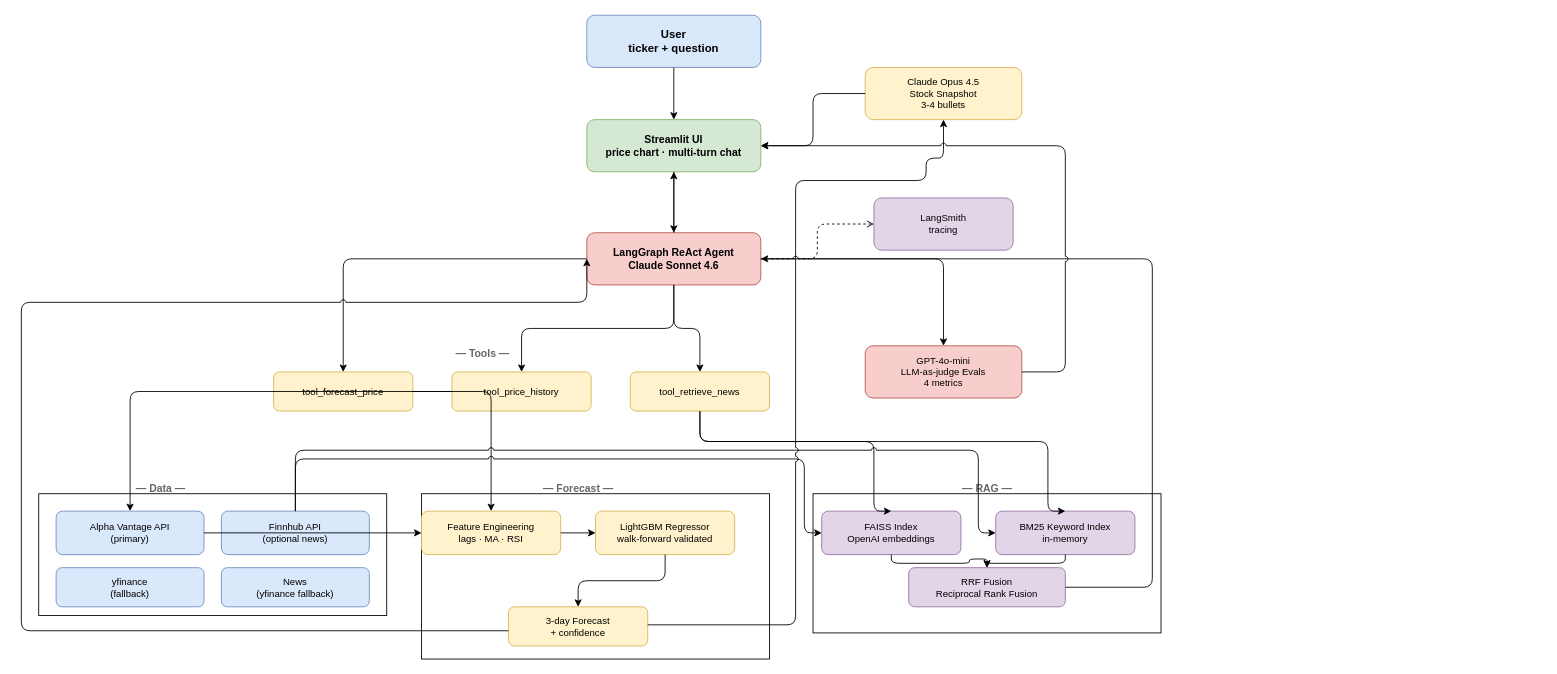
ganapathy-r-balaji/Stock-RAG-Recommendation-Agent keeps this draw.io diagram as AI Workflow architecture diagram.drawio. Above is the earlier version. Source tidied: cells renumbered, new cells numbered last; positions are measured from the earlier drawing's top-left corner, leaving out a move shared by most shapes. Both pictures are drawn from the tidied source at 87%, with x=0, y=0 at pixel (21, 15).
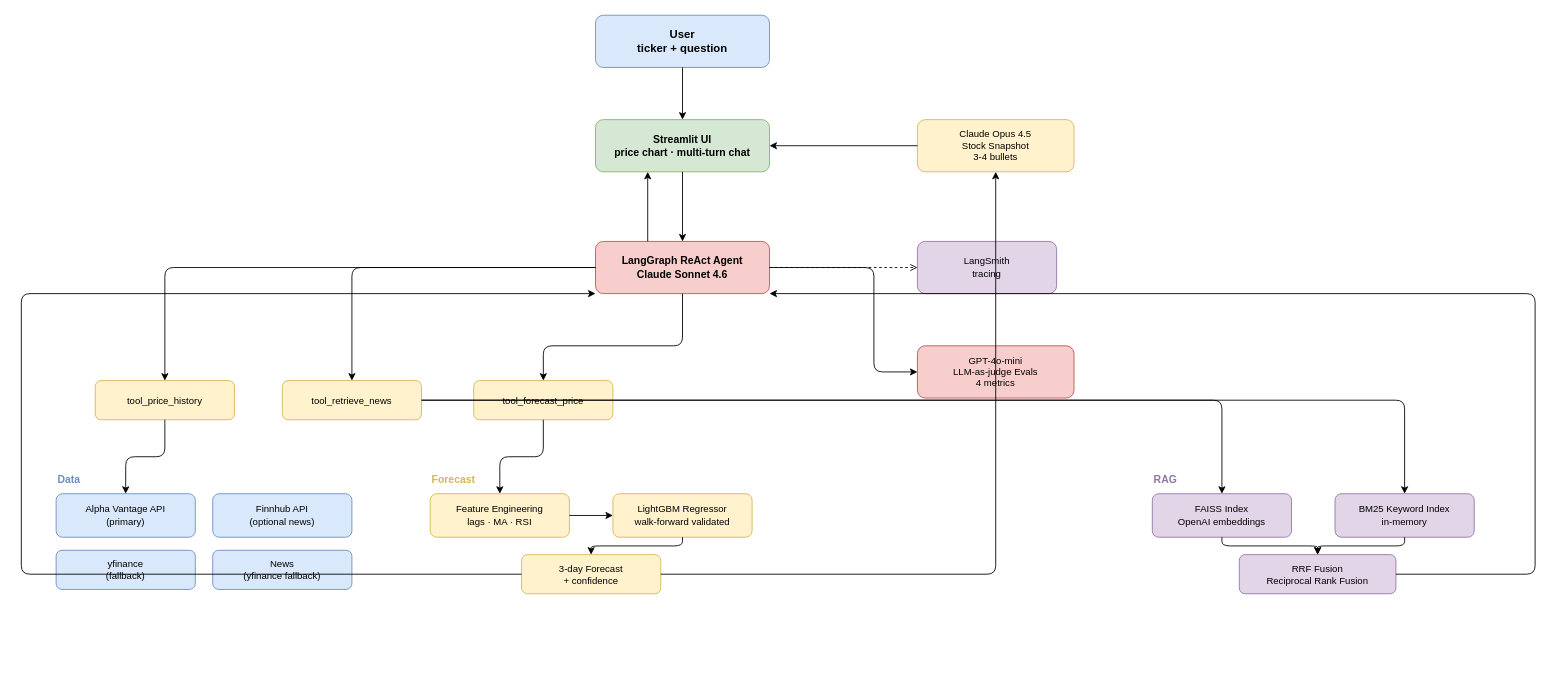
After the change.

Commit message (it also covers changes not shown here):
docs: add draw.io architecture diagram and viewer link in README

Change to the diagram source:
```diff
@@
-    <mxCell id="2" style="rounded=0;whiteSpace=wrap;html=1;" parent="1" vertex="1">
-      <mxGeometry x="910" y="550" width="400" height="160" as="geometry" />
-    </mxCell>
-    <mxCell id="3" style="rounded=0;whiteSpace=wrap;html=1;" parent="1" vertex="1">
-      <mxGeometry x="460" y="550" width="400" height="190" as="geometry" />
-    </mxCell>
-    <mxCell id="4" style="rounded=0;whiteSpace=wrap;html=1;" parent="1" vertex="1">
-      <mxGeometry x="20" y="550" width="400" height="140" as="geometry" />
-    </mxCell>
     <mxCell id="5" value="User&#10;ticker + question" style="rounded=1;whiteSpace=wrap;html=1;fillColor=#dae8fc;strokeColor=#6c8ebf;fontStyle=1;fontSize=13;" parent="1" vertex="1">
-      <mxGeometry x="650" width="200" height="60" as="geometry" />
+      <mxGeometry x="660" width="200" height="60" as="geometry" />
     </mxCell>
     <mxCell id="6" value="Streamlit UI&#10;price chart · multi-turn chat" style="rounded=1;whiteSpace=wrap;html=1;fillColor=#d5e8d4;strokeColor=#82b366;fontStyle=1;fontSize=12;" parent="1" vertex="1">
-      <mxGeometry x="650" y="120" width="200" height="60" as="geometry" />
+      <mxGeometry x="660" y="120" width="200" height="60" as="geometry" />
     </mxCell>
+    <mxCell id="8" value="LangGraph ReAct Agent&#10;Claude Sonnet 4.6" style="rounded=1;whiteSpace=wrap;html=1;fillColor=#f8cecc;strokeColor=#b85450;fontStyle=1;fontSize=12;" parent="1" vertex="1">
+      <mxGeometry x="660" y="260" width="200" height="60" as="geometry" />
+    </mxCell>
     <mxCell id="7" value="Claude Opus 4.5&#10;Stock Snapshot&#10;3-4 bullets" style="rounded=1;whiteSpace=wrap;html=1;fillColor=#fff2cc;strokeColor=#d6b656;fontSize=11;" parent="1" vertex="1">
-      <mxGeometry x="970" y="60" width="180" height="60" as="geometry" />
+      <mxGeometry x="1030" y="120" width="180" height="60" as="geometry" />
     </mxCell>
-    <mxCell id="8" value="LangGraph ReAct Agent&#10;Claude Sonnet 4.6" style="rounded=1;whiteSpace=wrap;html=1;fillColor=#f8cecc;strokeColor=#b85450;fontStyle=1;fontSize=12;" parent="1" vertex="1">
-      <mxGeometry x="650" y="250" width="200" height="60" as="geometry" />
-    </mxCell>
     <mxCell id="9" value="LangSmith&#10;tracing" style="rounded=1;whiteSpace=wrap;html=1;fillColor=#e1d5e7;strokeColor=#9673a6;fontSize=11;" parent="1" vertex="1">
-      <mxGeometry x="980" y="210" width="160" height="60" as="geometry" />
+      <mxGeometry x="1030" y="260" width="160" height="60" as="geometry" />
     </mxCell>
     <mxCell id="10" value="GPT-4o-mini&#10;LLM-as-judge Evals&#10;4 metrics" style="rounded=1;whiteSpace=wrap;html=1;fillColor=#f8cecc;strokeColor=#b85450;fontSize=11;" parent="1" vertex="1">
-      <mxGeometry x="970" y="380" width="180" height="60" as="geometry" />
+      <mxGeometry x="1030" y="380" width="180" height="60" as="geometry" />
     </mxCell>
-    <mxCell id="11" value="— Tools —" style="text;html=1;strokeColor=none;fillColor=none;align=center;fontStyle=1;fontSize=12;fontColor=#666666;" parent="1" vertex="1">
-      <mxGeometry x="460" y="375" width="140" height="30" as="geometry" />
-    </mxCell>
+    <mxCell id="14" value="tool_price_history" style="rounded=1;whiteSpace=wrap;html=1;fillColor=#fff2cc;strokeColor=#d6b656;fontSize=11;" parent="1" vertex="1">
+      <mxGeometry x="85" y="420" width="160" height="45" as="geometry" />
+    </mxCell>
     <mxCell id="12" value="tool_forecast_price" style="rounded=1;whiteSpace=wrap;html=1;fillColor=#fff2cc;strokeColor=#d6b656;fontSize=11;" parent="1" vertex="1">
-      <mxGeometry x="290" y="410" width="160" height="45" as="geometry" />
+      <mxGeometry x="520" y="420" width="160" height="45" as="geometry" />
     </mxCell>
     <mxCell id="13" value="tool_retrieve_news" style="rounded=1;whiteSpace=wrap;html=1;fillColor=#fff2cc;strokeColor=#d6b656;fontSize=11;" parent="1" vertex="1">
-      <mxGeometry x="700" y="410" width="160" height="45" as="geometry" />
+      <mxGeometry x="300" y="420" width="160" height="45" as="geometry" />
     </mxCell>
-    <mxCell id="14" value="tool_price_history" style="rounded=1;whiteSpace=wrap;html=1;fillColor=#fff2cc;strokeColor=#d6b656;fontSize=11;" parent="1" vertex="1">
-      <mxGeometry x="495" y="410" width="160" height="45" as="geometry" />
-    </mxCell>
-    <mxCell id="15" value="— Data —" style="text;html=1;strokeColor=none;fillColor=none;align=center;fontStyle=1;fontSize=12;fontColor=#666666;" parent="1" vertex="1">
-      <mxGeometry x="100" y="530" width="120" height="30" as="geometry" />
+    <mxCell id="15" value="Data" style="text;html=1;strokeColor=none;fillColor=none;align=left;fontStyle=1;fontSize=12;fontColor=#6c8ebf;" parent="1" vertex="1">
+      <mxGeometry x="40" y="520" width="80" height="20" as="geometry" />
     </mxCell>
     <mxCell id="16" value="Alpha Vantage API&#10;(primary)" style="rounded=1;whiteSpace=wrap;html=1;fillColor=#dae8fc;strokeColor=#6c8ebf;fontSize=11;" parent="1" vertex="1">
-      <mxGeometry x="40" y="570" width="170" height="50" as="geometry" />
+      <mxGeometry x="40" y="550" width="160" height="50" as="geometry" />
     </mxCell>
     <mxCell id="17" value="yfinance&#10;(fallback)" style="rounded=1;whiteSpace=wrap;html=1;fillColor=#dae8fc;strokeColor=#6c8ebf;fontSize=11;" parent="1" vertex="1">
-      <mxGeometry x="40" y="635" width="170" height="45" as="geometry" />
+      <mxGeometry x="40" y="615" width="160" height="45" as="geometry" />
     </mxCell>
     <mxCell id="18" value="Finnhub API&#10;(optional news)" style="rounded=1;whiteSpace=wrap;html=1;fillColor=#dae8fc;strokeColor=#6c8ebf;fontSize=11;" parent="1" vertex="1">
-      <mxGeometry x="230" y="570" width="170" height="50" as="geometry" />
+      <mxGeometry x="220" y="550" width="160" height="50" as="geometry" />
     </mxCell>
     <mxCell id="19" value="News&#10;(yfinance fallback)" style="rounded=1;whiteSpace=wrap;html=1;fillColor=#dae8fc;strokeColor=#6c8ebf;fontSize=11;" parent="1" vertex="1">
-      <mxGeometry x="230" y="635" width="170" height="45" as="geometry" />
+      <mxGeometry x="220" y="615" width="160" height="45" as="geometry" />
     </mxCell>
-    <mxCell id="20" value="— Forecast —" style="text;html=1;strokeColor=none;fillColor=none;align=center;fontStyle=1;fontSize=12;fontColor=#666666;" parent="1" vertex="1">
-      <mxGeometry x="570" y="530" width="140" height="30" as="geometry" />
+    <mxCell id="20" value="Forecast" style="text;html=1;strokeColor=none;fillColor=none;align=left;fontStyle=1;fontSize=12;fontColor=#d6b656;" parent="1" vertex="1">
+      <mxGeometry x="470" y="520" width="100" height="20" as="geometry" />
     </mxCell>
     <mxCell id="21" value="Feature Engineering&#10;lags · MA · RSI" style="rounded=1;whiteSpace=wrap;html=1;fillColor=#fff2cc;strokeColor=#d6b656;fontSize=11;" parent="1" vertex="1">
-      <mxGeometry x="460" y="570" width="160" height="50" as="geometry" />
+      <mxGeometry x="470" y="550" width="160" height="50" as="geometry" />
     </mxCell>
     <mxCell id="22" value="LightGBM Regressor&#10;walk-forward validated" style="rounded=1;whiteSpace=wrap;html=1;fillColor=#fff2cc;strokeColor=#d6b656;fontSize=11;" parent="1" vertex="1">
-      <mxGeometry x="660" y="570" width="160" height="50" as="geometry" />
+      <mxGeometry x="680" y="550" width="160" height="50" as="geometry" />
     </mxCell>
     <mxCell id="23" value="3-day Forecast&#10;+ confidence" style="rounded=1;whiteSpace=wrap;html=1;fillColor=#fff2cc;strokeColor=#d6b656;fontSize=11;" parent="1" vertex="1">
-      <mxGeometry x="560" y="680" width="160" height="45" as="geometry" />
+      <mxGeometry x="575" y="620" width="160" height="45" as="geometry" />
     </mxCell>
-    <mxCell id="24" value="— RAG —" style="text;html=1;strokeColor=none;fillColor=none;align=center;fontStyle=1;fontSize=12;fontColor=#666666;" parent="1" vertex="1">
-      <mxGeometry x="1050" y="530" width="120" height="30" as="geometry" />
+    <mxCell id="24" value="RAG" style="text;html=1;strokeColor=none;fillColor=none;align=left;fontStyle=1;fontSize=12;fontColor=#9673a6;" parent="1" vertex="1">
+      <mxGeometry x="1300" y="520" width="60" height="20" as="geometry" />
     </mxCell>
     <mxCell id="25" value="FAISS Index&#10;OpenAI embeddings" style="rounded=1;whiteSpace=wrap;html=1;fillColor=#e1d5e7;strokeColor=#9673a6;fontSize=11;" parent="1" vertex="1">
-      <mxGeometry x="920" y="570" width="160" height="50" as="geometry" />
+      <mxGeometry x="1300" y="550" width="160" height="50" as="geometry" />
     </mxCell>
     <mxCell id="26" value="BM25 Keyword Index&#10;in-memory" style="rounded=1;whiteSpace=wrap;html=1;fillColor=#e1d5e7;strokeColor=#9673a6;fontSize=11;" parent="1" vertex="1">
-      <mxGeometry x="1120" y="570" width="160" height="50" as="geometry" />
+      <mxGeometry x="1510" y="550" width="160" height="50" as="geometry" />
     </mxCell>
     <mxCell id="27" value="RRF Fusion&#10;Reciprocal Rank Fusion" style="rounded=1;whiteSpace=wrap;html=1;fillColor=#e1d5e7;strokeColor=#9673a6;fontSize=11;" parent="1" vertex="1">
-      <mxGeometry x="1020" y="635" width="180" height="45" as="geometry" />
+      <mxGeometry x="1400" y="620" width="180" height="45" as="geometry" />
     </mxCell>
-    <mxCell id="28" style="edgeStyle=orthogonalEdgeStyle;jumpStyle=arc;" parent="1" edge="1" source="5" target="6">
+    <mxCell id="28" style="edgeStyle=orthogonalEdgeStyle;" parent="1" edge="1" source="5" target="6">
       <mxGeometry relative="1" as="geometry" />
     </mxCell>
-    <mxCell id="29" style="edgeStyle=orthogonalEdgeStyle;jumpStyle=arc;" parent="1" edge="1" source="6" target="8">
+    <mxCell id="29" style="edgeStyle=orthogonalEdgeStyle;" parent="1" edge="1" source="6" target="8">
       <mxGeometry relative="1" as="geometry" />
     </mxCell>
-    <mxCell id="30" style="edgeStyle=orthogonalEdgeStyle;jumpStyle=arc;" parent="1" edge="1" source="8" target="12">
-      <mxGeometry relative="1" as="geometry" />
+    <mxCell id="30" style="edgeStyle=orthogonalEdgeStyle;exitX=0;exitY=0.5;exitDx=0;exitDy=0;entryX=0.5;entryY=0;entryDx=0;entryDy=0;" parent="1" edge="1" source="8" target="14">
+      <mxGeometry relative="1" as="geometry">
+        <Array as="points">
+          <mxPoint x="165" y="290" />
+        </Array>
+      </mxGeometry>
     </mxCell>
-    <mxCell id="31" style="edgeStyle=orthogonalEdgeStyle;jumpStyle=arc;" parent="1" edge="1" source="8" target="13">
-      <mxGeometry relative="1" as="geometry" />
+    <mxCell id="31" style="edgeStyle=orthogonalEdgeStyle;exitX=0.5;exitY=1;exitDx=0;exitDy=0;entryX=0.5;entryY=0;entryDx=0;entryDy=0;" parent="1" edge="1" source="8" target="12">
+      <mxGeometry relative="1" as="geometry">
+        <Array as="points">
+          <mxPoint x="760" y="380" />
+          <mxPoint x="600" y="380" />
+        </Array>
+      </mxGeometry>
     </mxCell>
-    <mxCell id="32" style="edgeStyle=orthogonalEdgeStyle;jumpStyle=arc;" parent="1" edge="1" source="8" target="14">
-      <mxGeometry relative="1" as="geometry" />
+    <mxCell id="32" style="edgeStyle=orthogonalEdgeStyle;exitX=0;exitY=0.5;exitDx=0;exitDy=0;entryX=0.5;entryY=0;entryDx=0;entryDy=0;" parent="1" edge="1" source="8" target="13">
+      <mxGeometry relative="1" as="geometry">
+        <Array as="points">
+          <mxPoint x="380" y="290" />
+        </Array>
+      </mxGeometry>
     </mxCell>
-    <mxCell id="33" style="edgeStyle=orthogonalEdgeStyle;dashed=1;endArrow=open;jumpStyle=arc;" parent="1" edge="1" source="8" target="9">
+    <mxCell id="33" style="edgeStyle=orthogonalEdgeStyle;dashed=1;endArrow=open;" parent="1" edge="1" source="8" target="9">
       <mxGeometry relative="1" as="geometry" />
     </mxCell>
+    <mxCell id="50" style="edgeStyle=orthogonalEdgeStyle;exitX=1;exitY=0.5;exitDx=0;exitDy=0;entryX=0;entryY=0.5;entryDx=0;entryDy=0;" parent="1" edge="1" source="8" target="10">
+      <mxGeometry relative="1" as="geometry">
+        <Array as="points">
+          <mxPoint x="980" y="290" />
+          <mxPoint x="980" y="410" />
+        </Array>
+      </mxGeometry>
+    </mxCell>
-    <mxCell id="34" style="edgeStyle=orthogonalEdgeStyle;jumpStyle=arc;" parent="1" edge="1" source="12" target="21">
+    <mxCell id="34" style="edgeStyle=orthogonalEdgeStyle;" parent="1" edge="1" source="14" target="16">
       <mxGeometry relative="1" as="geometry" />
     </mxCell>
-    <mxCell id="35" style="edgeStyle=orthogonalEdgeStyle;jumpStyle=arc;exitX=0.5;exitY=1;exitDx=0;exitDy=0;entryX=0.5;entryY=0;entryDx=0;entryDy=0;" parent="1" edge="1" source="13" target="25">
-      <mxGeometry relative="1" as="geometry">
-        <Array as="points">
-          <mxPoint x="780" y="490" />
-          <mxPoint x="980" y="490" />
-          <mxPoint x="980" y="570" />
-        </Array>
-      </mxGeometry>
+    <mxCell id="35" style="edgeStyle=orthogonalEdgeStyle;" parent="1" edge="1" source="12" target="21">
+      <mxGeometry relative="1" as="geometry" />
     </mxCell>
+    <mxCell id="37" style="edgeStyle=orthogonalEdgeStyle;exitX=1;exitY=0.5;exitDx=0;exitDy=0;entryX=0.5;entryY=0;entryDx=0;entryDy=0;" parent="1" edge="1" source="13" target="25">
+      <mxGeometry relative="1" as="geometry">
+        <Array as="points">
+          <mxPoint x="1380" y="443" />
+        </Array>
+      </mxGeometry>
+    </mxCell>
-    <mxCell id="36" style="edgeStyle=orthogonalEdgeStyle;jumpStyle=arc;exitX=0.5;exitY=1;exitDx=0;exitDy=0;entryX=0.5;entryY=0;entryDx=0;entryDy=0;" parent="1" edge="1" source="13" target="26">
+    <mxCell id="36" style="edgeStyle=orthogonalEdgeStyle;exitX=1;exitY=0.5;exitDx=0;exitDy=0;entryX=0.5;entryY=0;entryDx=0;entryDy=0;" parent="1" edge="1" source="13" target="26">
       <mxGeometry relative="1" as="geometry">
         <Array as="points">
-          <mxPoint x="780" y="490" />
-          <mxPoint x="1180" y="490" />
+          <mxPoint x="1590" y="443" />
         </Array>
       </mxGeometry>
     </mxCell>
-    <mxCell id="37" style="edgeStyle=orthogonalEdgeStyle;jumpStyle=arc;exitX=0;exitY=0.5;exitDx=0;exitDy=0;entryX=0.5;entryY=0;entryDx=0;entryDy=0;" parent="1" edge="1" source="14" target="16">
-      <mxGeometry relative="1" as="geometry">
-        <Array as="points">
-          <mxPoint x="125" y="433" />
-        </Array>
-      </mxGeometry>
-    </mxCell>
-    <mxCell id="38" style="edgeStyle=orthogonalEdgeStyle;jumpStyle=arc;" parent="1" edge="1" source="16" target="21">
-      <mxGeometry relative="1" as="geometry" />
-    </mxCell>
-    <mxCell id="39" style="edgeStyle=orthogonalEdgeStyle;jumpStyle=arc;" parent="1" edge="1" source="21" target="22">
+    <mxCell id="39" style="edgeStyle=orthogonalEdgeStyle;" parent="1" edge="1" source="21" target="22">
       <mxGeometry relative="1" as="geometry" />
     </mxCell>
-    <mxCell id="40" style="edgeStyle=orthogonalEdgeStyle;jumpStyle=arc;" parent="1" edge="1" source="22" target="23">
+    <mxCell id="40" style="edgeStyle=orthogonalEdgeStyle;" parent="1" edge="1" source="22" target="23">
       <mxGeometry relative="1" as="geometry" />
     </mxCell>
-    <mxCell id="41" style="edgeStyle=orthogonalEdgeStyle;jumpStyle=arc;exitX=0.5;exitY=0;exitDx=0;exitDy=0;entryX=0;entryY=0.5;entryDx=0;entryDy=0;" parent="1" edge="1" source="18" target="25">
-      <mxGeometry relative="1" as="geometry">
-        <Array as="points">
-          <mxPoint x="315" y="510" />
-          <mxPoint x="900" y="510" />
-          <mxPoint x="900" y="595" />
-        </Array>
-      </mxGeometry>
-    </mxCell>
-    <mxCell id="42" style="edgeStyle=orthogonalEdgeStyle;jumpStyle=arc;exitX=0.5;exitY=0;exitDx=0;exitDy=0;entryX=0;entryY=0.5;entryDx=0;entryDy=0;" parent="1" edge="1" source="18" target="26">
-      <mxGeometry relative="1" as="geometry">
-        <Array as="points">
-          <mxPoint x="315" y="500" />
-          <mxPoint x="1100" y="500" />
-          <mxPoint x="1100" y="595" />
-        </Array>
-      </mxGeometry>
-    </mxCell>
-    <mxCell id="43" style="edgeStyle=orthogonalEdgeStyle;jumpStyle=arc;" parent="1" edge="1" source="25" target="27">
+    <mxCell id="43" style="edgeStyle=orthogonalEdgeStyle;" parent="1" edge="1" source="25" target="27">
       <mxGeometry relative="1" as="geometry" />
     </mxCell>
-    <mxCell id="44" style="edgeStyle=orthogonalEdgeStyle;jumpStyle=arc;" parent="1" edge="1" source="26" target="27">
+    <mxCell id="44" style="edgeStyle=orthogonalEdgeStyle;" parent="1" edge="1" source="26" target="27">
       <mxGeometry relative="1" as="geometry" />
     </mxCell>
-    <mxCell id="45" style="edgeStyle=orthogonalEdgeStyle;jumpStyle=arc;exitX=0;exitY=0.5;exitDx=0;exitDy=0;entryX=0;entryY=0.5;entryDx=0;entryDy=0;" parent="1" edge="1" target="8">
+    <mxCell id="45" style="edgeStyle=orthogonalEdgeStyle;exitX=0;exitY=0.5;exitDx=0;exitDy=0;entryX=0;entryY=1;entryDx=0;entryDy=0;" parent="1" edge="1" source="23" target="8">
       <mxGeometry relative="1" as="geometry">
-        <mxPoint x="560" y="707.5" as="sourcePoint" />
         <Array as="points">
-          <mxPoint y="707.5" />
-          <mxPoint y="330" />
-          <mxPoint x="650" y="330" />
+          <mxPoint y="642" />
+          <mxPoint y="320" />
         </Array>
       </mxGeometry>
     </mxCell>
-    <mxCell id="46" style="edgeStyle=orthogonalEdgeStyle;jumpStyle=arc;exitX=1;exitY=0.5;exitDx=0;exitDy=0;entryX=1;entryY=0.5;entryDx=0;entryDy=0;" parent="1" edge="1" source="27" target="8">
+    <mxCell id="46" style="edgeStyle=orthogonalEdgeStyle;exitX=1;exitY=0.5;exitDx=0;exitDy=0;entryX=1;entryY=1;entryDx=0;entryDy=0;" parent="1" edge="1" source="27" target="8">
       <mxGeometry relative="1" as="geometry">
         <Array as="points">
-          <mxPoint x="1300" y="658" />
-          <mxPoint x="1300" y="280" />
+          <mxPoint x="1740" y="642" />
+          <mxPoint x="1740" y="320" />
         </Array>
       </mxGeometry>
     </mxCell>
-    <mxCell id="47" style="edgeStyle=orthogonalEdgeStyle;jumpStyle=arc;" parent="1" edge="1" source="8" target="6">
+    <mxCell id="47" style="edgeStyle=orthogonalEdgeStyle;exitX=0.3;exitY=0;exitDx=0;exitDy=0;entryX=0.3;entryY=1;entryDx=0;entryDy=0;" parent="1" edge="1" source="8" target="6">
       <mxGeometry relative="1" as="geometry" />
     </mxCell>
-    <mxCell id="48" style="edgeStyle=orthogonalEdgeStyle;jumpStyle=arc;exitX=1;exitY=0.5;exitDx=0;exitDy=0;entryX=0.5;entryY=1;entryDx=0;entryDy=0;" parent="1" edge="1" target="7">
+    <mxCell id="48" style="edgeStyle=orthogonalEdgeStyle;exitX=1;exitY=0.5;exitDx=0;exitDy=0;entryX=0.5;entryY=1;entryDx=0;entryDy=0;" parent="1" edge="1" source="23" target="7">
       <mxGeometry relative="1" as="geometry">
-        <mxPoint x="720" y="700.7" as="sourcePoint" />
         <Array as="points">
-          <mxPoint x="890" y="700.7" />
-          <mxPoint x="890" y="190" />
-          <mxPoint x="1040" y="190" />
-          <mxPoint x="1040" y="164.2" />
-          <mxPoint x="1060" y="164.2" />
+          <mxPoint x="1120" y="642" />
+          <mxPoint x="1120" y="180" />
         </Array>
       </mxGeometry>
     </mxCell>
-    <mxCell id="49" style="edgeStyle=orthogonalEdgeStyle;jumpStyle=arc;" parent="1" edge="1" source="7" target="6">
+    <mxCell id="49" style="edgeStyle=orthogonalEdgeStyle;" parent="1" edge="1" source="7" target="6">
       <mxGeometry relative="1" as="geometry" />
     </mxCell>
-    <mxCell id="50" style="edgeStyle=orthogonalEdgeStyle;jumpStyle=arc;" parent="1" edge="1" source="8" target="10">
-      <mxGeometry relative="1" as="geometry" />
-    </mxCell>
-    <mxCell id="51" style="edgeStyle=orthogonalEdgeStyle;jumpStyle=arc;exitX=1;exitY=0.5;exitDx=0;exitDy=0;entryX=1;entryY=0.5;entryDx=0;entryDy=0;" parent="1" edge="1" source="10" target="6">
-      <mxGeometry relative="1" as="geometry">
-        <Array as="points">
-          <mxPoint x="1200" y="410" />
-          <mxPoint x="1200" y="150" />
-        </Array>
-      </mxGeometry>
-    </mxCell>
```
